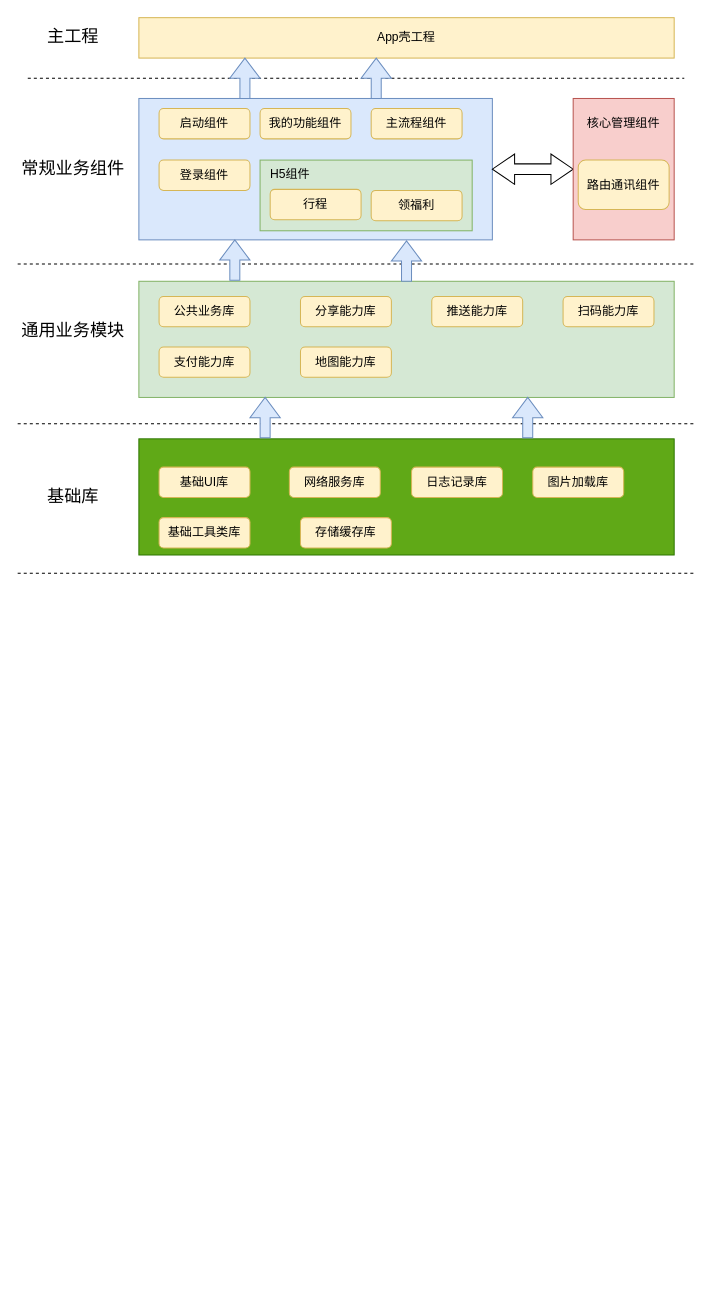
The draw.io diagram 未命名绘图.drawio in SNCTTOO/Test, before the edit. Source tidied: cells renumbered, new cells numbered last; positions are measured from the earlier drawing's top-left corner, leaving out a move shared by most shapes. Both pictures are drawn from the tidied source at 101%, with x=0, y=0 at pixel (17, 17).
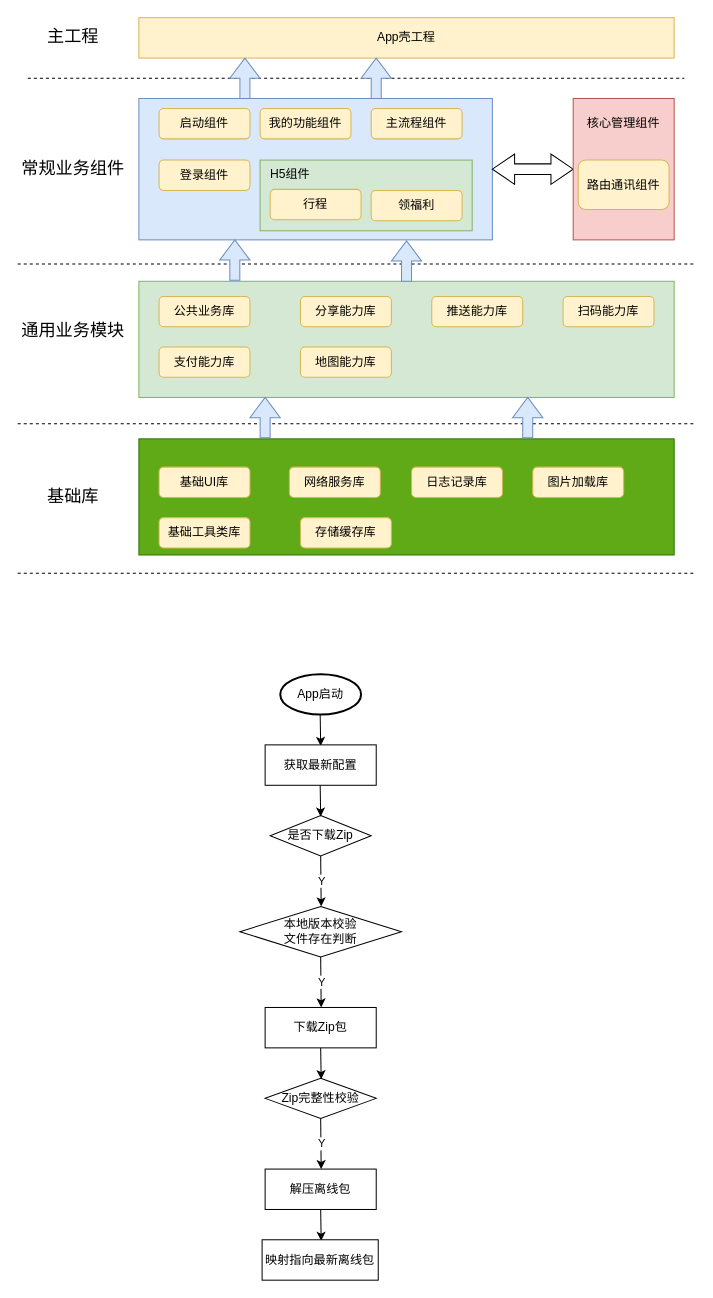
The same page after the edit.

Commit message:
更新未命名绘图.drawio

Change to the diagram source:
```diff
@@
+    <mxCell id="45" value="App启动" style="strokeWidth=2;html=1;shape=mxgraph.flowchart.start_1;whiteSpace=wrap;" parent="1" vertex="1">
+      <mxGeometry x="260" y="650" width="80" height="40" as="geometry" />
+    </mxCell>
+    <mxCell id="46" style="endArrow=classic;html=1;rounded=0;" parent="1" edge="1">
+      <mxGeometry relative="1" as="geometry">
+        <mxPoint x="299.5" y="690" as="sourcePoint" />
+        <mxPoint x="300" y="721" as="targetPoint" />
+      </mxGeometry>
+    </mxCell>
+    <mxCell id="47" value="获取最新配置" style="rounded=0;whiteSpace=wrap;html=1;" parent="1" vertex="1">
+      <mxGeometry x="245" y="720" width="110" height="40" as="geometry" />
+    </mxCell>
+    <mxCell id="48" value="是否下载Zip" style="rhombus;whiteSpace=wrap;html=1;" parent="1" vertex="1">
+      <mxGeometry x="250" y="790" width="100" height="40" as="geometry" />
+    </mxCell>
+    <mxCell id="49" style="endArrow=classic;html=1;rounded=0;" parent="1" edge="1">
+      <mxGeometry relative="1" as="geometry">
+        <mxPoint x="300" y="830" as="sourcePoint" />
+        <mxPoint x="300.5" y="880" as="targetPoint" />
+      </mxGeometry>
+    </mxCell>
+    <mxCell id="50" value="Y" style="edgeLabel;html=1;align=center;verticalAlign=middle;" parent="49" vertex="1">
+      <mxGeometry relative="1" as="geometry" />
+    </mxCell>
+    <mxCell id="51" style="endArrow=classic;html=1;rounded=0;" parent="1" edge="1">
+      <mxGeometry relative="1" as="geometry">
+        <mxPoint x="299.5" y="760" as="sourcePoint" />
+        <mxPoint x="300" y="791" as="targetPoint" />
+      </mxGeometry>
+    </mxCell>
+    <mxCell id="52" value="本地版本校验&lt;br&gt;文件存在判断" style="rhombus;whiteSpace=wrap;html=1;" parent="1" vertex="1">
+      <mxGeometry x="220" y="880" width="160" height="50" as="geometry" />
+    </mxCell>
+    <mxCell id="53" value="下载Zip包" style="rounded=0;whiteSpace=wrap;html=1;" parent="1" vertex="1">
+      <mxGeometry x="245" y="980" width="110" height="40" as="geometry" />
+    </mxCell>
+    <mxCell id="54" style="endArrow=classic;html=1;rounded=0;" parent="1" edge="1">
+      <mxGeometry relative="1" as="geometry">
+        <mxPoint x="300" y="930" as="sourcePoint" />
+        <mxPoint x="300.5" y="980" as="targetPoint" />
+      </mxGeometry>
+    </mxCell>
+    <mxCell id="55" value="Y" style="edgeLabel;html=1;align=center;verticalAlign=middle;" parent="54" vertex="1">
+      <mxGeometry relative="1" as="geometry" />
+    </mxCell>
+    <mxCell id="56" style="endArrow=classic;html=1;rounded=0;" parent="1" edge="1">
+      <mxGeometry relative="1" as="geometry">
+        <mxPoint x="300" y="1020" as="sourcePoint" />
+        <mxPoint x="300.5" y="1051" as="targetPoint" />
+      </mxGeometry>
+    </mxCell>
+    <mxCell id="57" value="Zip完整性校验" style="rhombus;whiteSpace=wrap;html=1;" parent="1" vertex="1">
+      <mxGeometry x="245" y="1050" width="110" height="40" as="geometry" />
+    </mxCell>
+    <mxCell id="58" style="endArrow=classic;html=1;rounded=0;" parent="1" edge="1">
+      <mxGeometry relative="1" as="geometry">
+        <mxPoint x="300" y="1090" as="sourcePoint" />
+        <mxPoint x="300.5" y="1140" as="targetPoint" />
+      </mxGeometry>
+    </mxCell>
+    <mxCell id="59" value="Y" style="edgeLabel;html=1;align=center;verticalAlign=middle;" parent="58" vertex="1">
+      <mxGeometry relative="1" as="geometry" />
+    </mxCell>
+    <mxCell id="60" value="解压离线包" style="rounded=0;whiteSpace=wrap;html=1;" parent="1" vertex="1">
+      <mxGeometry x="245" y="1140" width="110" height="40" as="geometry" />
+    </mxCell>
+    <mxCell id="61" style="endArrow=classic;html=1;rounded=0;" parent="1" edge="1">
+      <mxGeometry relative="1" as="geometry">
+        <mxPoint x="300" y="1180" as="sourcePoint" />
+        <mxPoint x="300.5" y="1211" as="targetPoint" />
+      </mxGeometry>
+    </mxCell>
+    <mxCell id="62" value="映射指向最新离线包" style="rounded=0;whiteSpace=wrap;html=1;" parent="1" vertex="1">
+      <mxGeometry x="242" y="1210" width="115" height="40" as="geometry" />
+    </mxCell>
```
